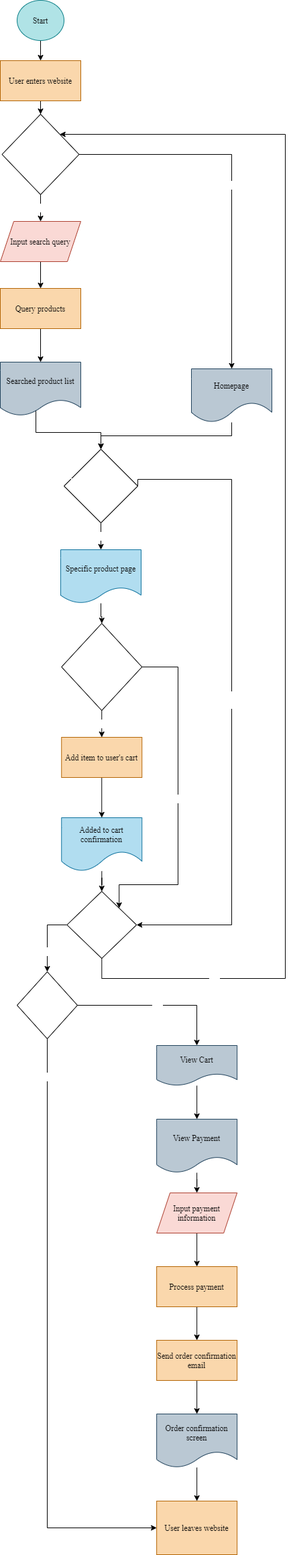
The draw.io diagram part2/part2.drawio.png in ycyao216/wi21-cse110-lab4, before a commit. Source tidied: cells renumbered, new cells last; positions are measured from the earlier drawing's top-left corner, leaving out a move shared by most shapes.
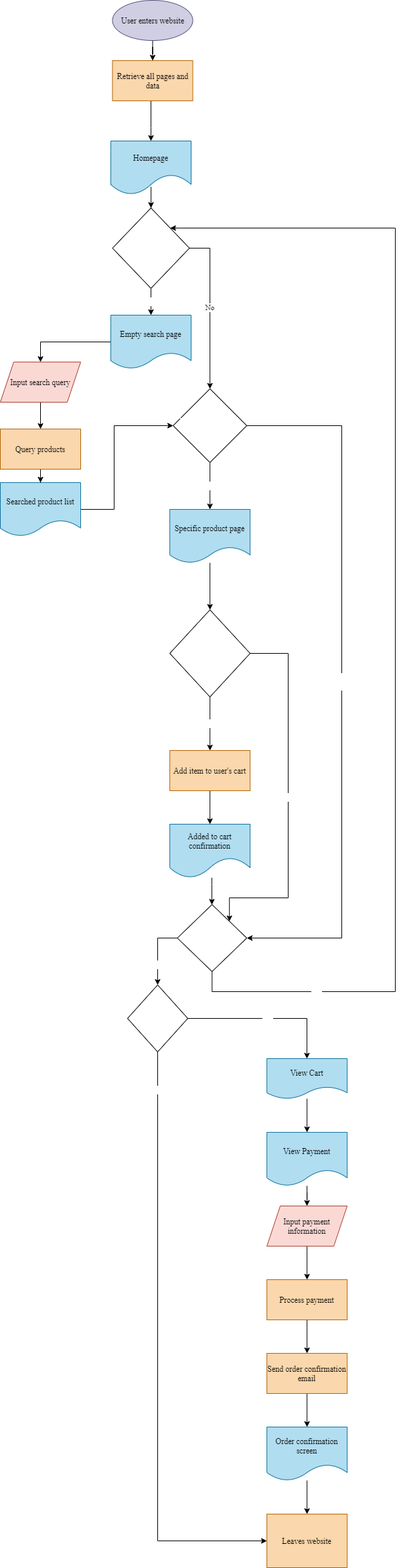
After the change.

Commit message:
improved lab answers and diagram

The edit, as a diff of the source:
```diff
@@ -2,83 +2,82 @@
   <root>
     <mxCell id="0" />
     <mxCell id="1" parent="0" />
-    <mxCell id="2" style="edgeStyle=orthogonalEdgeStyle;rounded=0;jettySize=auto;html=1;fontFamily=Times New Roman;fontColor=#FFFFFF;" parent="1" edge="1" source="3" target="5">
-      <mxGeometry relative="1" as="geometry" />
-    </mxCell>
-    <mxCell id="3" value="&lt;font color=&quot;#000000&quot;&gt;Start&lt;/font&gt;" style="ellipse;whiteSpace=wrap;html=1;fillColor=#b0e3e6;strokeColor=#0e8088;fontFamily=Times New Roman;" parent="1" vertex="1">
-      <mxGeometry x="25" width="70" height="60" as="geometry" />
-    </mxCell>
-    <mxCell id="4" style="edgeStyle=orthogonalEdgeStyle;rounded=0;jettySize=auto;html=1;fontFamily=Times New Roman;fontColor=#FFFFFF;" parent="1" edge="1" source="5" target="8">
-      <mxGeometry relative="1" as="geometry" />
-    </mxCell>
+    <mxCell id="48" style="edgeStyle=orthogonalEdgeStyle;rounded=0;jettySize=auto;html=1;fontFamily=Times New Roman;fontColor=#000000;" parent="1" edge="1" source="5" target="53">
+      <mxGeometry relative="1" as="geometry" />
+    </mxCell>
-    <mxCell id="5" value="&lt;font color=&quot;#000000&quot;&gt;User enters website&lt;/font&gt;" style="rounded=0;whiteSpace=wrap;html=1;fontFamily=Times New Roman;fillColor=#fad7ac;strokeColor=#b46504;" parent="1" vertex="1">
-      <mxGeometry y="90" width="120" height="60" as="geometry" />
+    <mxCell id="5" value="&lt;font color=&quot;#000000&quot;&gt;User enters website&lt;/font&gt;" style="ellipse;rounded=0;whiteSpace=wrap;html=1;fontFamily=Times New Roman;fillColor=#d0cee2;strokeColor=#56517e;" parent="1" vertex="1">
+      <mxGeometry x="-17.5" y="110" width="120" height="60" as="geometry" />
     </mxCell>
-    <mxCell id="6" value="Yes&lt;br&gt;" style="edgeStyle=orthogonalEdgeStyle;rounded=0;jettySize=auto;html=1;fontFamily=Times New Roman;fontColor=#FFFFFF;" parent="1" edge="1" source="8" target="10">
+    <mxCell id="6" value="Yes&lt;br&gt;" style="edgeStyle=orthogonalEdgeStyle;rounded=0;jettySize=auto;html=1;fontFamily=Times New Roman;fontColor=#FFFFFF;exitX=0.5;exitY=1;exitDx=0;exitDy=0;entryX=0.5;entryY=0;entryDx=0;entryDy=0;" parent="1" edge="1" source="8" target="51">
       <mxGeometry relative="1" as="geometry" />
     </mxCell>
-    <mxCell id="7" value="No&lt;br&gt;" style="edgeStyle=orthogonalEdgeStyle;rounded=0;jettySize=auto;html=1;exitX=1;exitY=0.5;exitDx=0;exitDy=0;fontFamily=Times New Roman;fontColor=#FFFFFF;" parent="1" edge="1" source="8" target="14">
+    <mxCell id="7" value="No&lt;br&gt;" style="edgeStyle=orthogonalEdgeStyle;rounded=0;jettySize=auto;html=1;exitX=1;exitY=0.5;exitDx=0;exitDy=0;entryX=0.5;entryY=0;entryDx=0;entryDy=0;fontFamily=Times New Roman;" parent="1" edge="1" source="8" target="16">
       <mxGeometry relative="1" as="geometry" />
     </mxCell>
     <mxCell id="8" value="User searches for a product" style="rhombus;html=1;fontFamily=Times New Roman;whiteSpace=wrap;fontColor=#FFFFFF;" parent="1" vertex="1">
-      <mxGeometry x="2.5" y="170" width="115" height="120" as="geometry" />
+      <mxGeometry x="-17.5" y="420" width="115" height="120" as="geometry" />
     </mxCell>
     <mxCell id="9" style="edgeStyle=orthogonalEdgeStyle;rounded=0;jettySize=auto;html=1;fontFamily=Times New Roman;fontColor=#000000;" parent="1" edge="1" source="10" target="47">
       <mxGeometry relative="1" as="geometry" />
     </mxCell>
     <mxCell id="10" value="&lt;font color=&quot;#000000&quot;&gt;Input search query&lt;/font&gt;" style="shape=parallelogram;perimeter=parallelogramPerimeter;whiteSpace=wrap;html=1;fixedSize=1;fontFamily=Times New Roman;fillColor=#fad9d5;strokeColor=#ae4132;" parent="1" vertex="1">
-      <mxGeometry y="330" width="120" height="60" as="geometry" />
+      <mxGeometry x="-185" y="650" width="120" height="60" as="geometry" />
     </mxCell>
-    <mxCell id="11" style="edgeStyle=orthogonalEdgeStyle;rounded=0;jettySize=auto;html=1;fontFamily=Times New Roman;fontColor=#FFFFFF;exitX=0.442;exitY=0.867;exitDx=0;exitDy=0;exitPerimeter=0;" parent="1" edge="1" source="12" target="16">
-      <mxGeometry relative="1" as="geometry" />
+    <mxCell id="11" style="edgeStyle=orthogonalEdgeStyle;rounded=0;jettySize=auto;html=1;fontFamily=Times New Roman;fontColor=#FFFFFF;exitX=1;exitY=0.5;exitDx=0;exitDy=0;entryX=0;entryY=0.5;entryDx=0;entryDy=0;" parent="1" edge="1" source="12" target="16">
+      <mxGeometry relative="1" as="geometry">
+        <Array as="points">
+          <mxPoint x="-15" y="870" />
+          <mxPoint x="-15" y="745" />
+        </Array>
+      </mxGeometry>
     </mxCell>
-    <mxCell id="12" value="&lt;font color=&quot;#000000&quot;&gt;Searched product list&lt;/font&gt;" style="shape=document;whiteSpace=wrap;html=1;boundedLbl=1;fontFamily=Times New Roman;fillColor=#bac8d3;strokeColor=#23445d;" parent="1" vertex="1">
-      <mxGeometry y="540" width="120" height="80" as="geometry" />
+    <mxCell id="12" value="&lt;font&gt;Searched product list&lt;/font&gt;" style="shape=document;whiteSpace=wrap;html=1;boundedLbl=1;fontFamily=Times New Roman;fillColor=#b1ddf0;strokeColor=#10739e;fontColor=#000000;" parent="1" vertex="1">
+      <mxGeometry x="-185" y="830" width="120" height="80" as="geometry" />
     </mxCell>
-    <mxCell id="13" style="edgeStyle=orthogonalEdgeStyle;rounded=0;jettySize=auto;html=1;fontFamily=Times New Roman;fontColor=#000000;entryX=0.5;entryY=0;entryDx=0;entryDy=0;" parent="1" edge="1" source="14" target="16">
-      <mxGeometry relative="1" as="geometry">
-        <Array as="points">
-          <mxPoint x="345" y="650" />
-          <mxPoint x="150" y="650" />
-        </Array>
-      </mxGeometry>
-    </mxCell>
+    <mxCell id="49" style="edgeStyle=orthogonalEdgeStyle;rounded=0;jettySize=auto;html=1;exitX=0.501;exitY=0.855;exitDx=0;exitDy=0;exitPerimeter=0;" parent="1" edge="1" source="14" target="8">
+      <mxGeometry relative="1" as="geometry" />
+    </mxCell>
-    <mxCell id="14" value="&lt;font color=&quot;#000000&quot;&gt;Homepage&lt;/font&gt;" style="shape=document;whiteSpace=wrap;html=1;boundedLbl=1;fontFamily=Times New Roman;fillColor=#bac8d3;strokeColor=#23445d;size=0.375;" parent="1" vertex="1">
-      <mxGeometry x="285" y="550" width="120" height="80" as="geometry" />
+    <mxCell id="14" value="&lt;font color=&quot;#000000&quot;&gt;Homepage&lt;/font&gt;" style="shape=document;whiteSpace=wrap;html=1;boundedLbl=1;fontFamily=Times New Roman;fillColor=#b1ddf0;strokeColor=#10739e;size=0.375;" parent="1" vertex="1">
+      <mxGeometry x="-20" y="320" width="120" height="80" as="geometry" />
     </mxCell>
     <mxCell id="15" value="Yes" style="edgeStyle=orthogonalEdgeStyle;rounded=0;jettySize=auto;html=1;fontFamily=Times New Roman;fontColor=#FFFFFF;entryX=0.5;entryY=0;entryDx=0;entryDy=0;" parent="1" edge="1" source="16" target="18">
       <mxGeometry relative="1" as="geometry" />
     </mxCell>
     <mxCell id="16" value="User view specific product" style="rhombus;whiteSpace=wrap;html=1;fontFamily=Times New Roman;fontColor=#FFFFFF;" parent="1" vertex="1">
-      <mxGeometry x="95" y="670" width="110" height="110" as="geometry" />
+      <mxGeometry x="73.1" y="690" width="110" height="110" as="geometry" />
     </mxCell>
     <mxCell id="17" style="edgeStyle=orthogonalEdgeStyle;rounded=0;jettySize=auto;html=1;fontFamily=Times New Roman;fontColor=#000000;" parent="1" edge="1" source="18" target="20">
       <mxGeometry relative="1" as="geometry" />
     </mxCell>
     <mxCell id="18" value="Specific product page" style="shape=document;whiteSpace=wrap;html=1;boundedLbl=1;fontFamily=Times New Roman;fillColor=#b1ddf0;strokeColor=#10739e;fontColor=#000000;" parent="1" vertex="1">
-      <mxGeometry x="90" y="820" width="120" height="80" as="geometry" />
+      <mxGeometry x="68.1" y="870" width="120" height="80" as="geometry" />
     </mxCell>
     <mxCell id="19" value="Yes" style="edgeStyle=orthogonalEdgeStyle;rounded=0;jettySize=auto;html=1;fontFamily=Times New Roman;fontColor=#FFFFFF;" parent="1" edge="1" source="20" target="22">
       <mxGeometry relative="1" as="geometry" />
     </mxCell>
     <mxCell id="20" value="&lt;font color=&quot;#ffffff&quot;&gt;Use adds product to chart&lt;/font&gt;" style="rhombus;whiteSpace=wrap;html=1;fontFamily=Times New Roman;fontColor=#000000;" parent="1" vertex="1">
-      <mxGeometry x="91.2" y="930" width="120" height="130" as="geometry" />
+      <mxGeometry x="68.1" y="1020" width="120" height="130" as="geometry" />
     </mxCell>
     <mxCell id="21" style="edgeStyle=orthogonalEdgeStyle;rounded=0;jettySize=auto;html=1;fontFamily=Times New Roman;fontColor=#000000;" parent="1" edge="1" source="22" target="28">
       <mxGeometry relative="1" as="geometry" />
     </mxCell>
     <mxCell id="22" value="Add item to user's cart" style="rounded=0;whiteSpace=wrap;html=1;fontFamily=Times New Roman;fillColor=#fad7ac;strokeColor=#b46504;fontColor=#000000;" parent="1" vertex="1">
-      <mxGeometry x="91.2" y="1100" width="120" height="60" as="geometry" />
+      <mxGeometry x="68.1" y="1230" width="120" height="60" as="geometry" />
     </mxCell>
     <mxCell id="23" style="edgeStyle=orthogonalEdgeStyle;rounded=0;jettySize=auto;html=1;fontFamily=Times New Roman;fontColor=#FFFFFF;" parent="1" edge="1" source="28" target="26">
-      <mxGeometry relative="1" as="geometry" />
+      <mxGeometry relative="1" as="geometry">
+        <Array as="points">
+          <mxPoint x="131" y="1430" />
+          <mxPoint x="131" y="1430" />
+        </Array>
+      </mxGeometry>
     </mxCell>
     <mxCell id="24" value="Yes" style="edgeStyle=orthogonalEdgeStyle;rounded=0;jettySize=auto;html=1;fontFamily=Times New Roman;fontColor=#FFFFFF;entryX=1;entryY=0;entryDx=0;entryDy=0;" parent="1" edge="1" source="26" target="8">
       <mxGeometry x="-0.79" relative="1" as="geometry">
         <Array as="points">
-          <mxPoint x="151" y="1460" />
-          <mxPoint x="425" y="1460" />
-          <mxPoint x="425" y="200" />
+          <mxPoint x="131" y="1590" />
+          <mxPoint x="405" y="1590" />
+          <mxPoint x="405" y="450" />
         </Array>
       </mxGeometry>
     </mxCell>
@@ -86,32 +85,32 @@
       <mxGeometry x="0.38" relative="1" as="geometry" />
     </mxCell>
     <mxCell id="26" value="&lt;font color=&quot;#ffffff&quot;&gt;User continue shopping&lt;/font&gt;" style="rhombus;whiteSpace=wrap;html=1;fontFamily=Times New Roman;fontColor=#000000;" parent="1" vertex="1">
-      <mxGeometry x="99.4" y="1330" width="103.8" height="100" as="geometry" />
+      <mxGeometry x="79.4" y="1460" width="103.8" height="100" as="geometry" />
     </mxCell>
     <mxCell id="27" value="No" style="edgeStyle=orthogonalEdgeStyle;rounded=0;jettySize=auto;html=1;exitX=1;exitY=0.5;exitDx=0;exitDy=0;fontFamily=Times New Roman;fontColor=#FFFFFF;entryX=1;entryY=0;entryDx=0;entryDy=0;" parent="1" edge="1" source="20" target="26">
       <mxGeometry relative="1" as="geometry">
         <Array as="points">
-          <mxPoint x="265" y="995" />
-          <mxPoint x="265" y="1320" />
-          <mxPoint x="177" y="1320" />
+          <mxPoint x="245" y="1085" />
+          <mxPoint x="245" y="1450" />
+          <mxPoint x="157" y="1450" />
         </Array>
       </mxGeometry>
     </mxCell>
     <mxCell id="28" value="Added to cart confirmation" style="shape=document;whiteSpace=wrap;html=1;boundedLbl=1;fontFamily=Times New Roman;fillColor=#b1ddf0;strokeColor=#10739e;fontColor=#000000;size=0.375;" parent="1" vertex="1">
-      <mxGeometry x="91.2" y="1220" width="120" height="80" as="geometry" />
+      <mxGeometry x="68.1" y="1340" width="120" height="80" as="geometry" />
     </mxCell>
     <mxCell id="29" value="&lt;font color=&quot;#ffffff&quot;&gt;No&lt;br&gt;&lt;br&gt;&lt;/font&gt;" style="edgeStyle=orthogonalEdgeStyle;rounded=0;jettySize=auto;html=1;exitX=1;exitY=0.5;exitDx=0;exitDy=0;fontFamily=Times New Roman;fontColor=#000000;entryX=1;entryY=0.5;entryDx=0;entryDy=0;" parent="1" edge="1" source="16" target="26">
       <mxGeometry relative="1" as="geometry">
         <Array as="points">
-          <mxPoint x="345" y="715" />
-          <mxPoint x="345" y="1380" />
+          <mxPoint x="325" y="745" />
+          <mxPoint x="325" y="1510" />
         </Array>
       </mxGeometry>
     </mxCell>
     <mxCell id="30" value="Yes" style="edgeStyle=orthogonalEdgeStyle;rounded=0;jettySize=auto;html=1;fontFamily=Times New Roman;fontColor=#FFFFFF;" parent="1" edge="1" source="32" target="34">
       <mxGeometry relative="1" as="geometry">
         <Array as="points">
-          <mxPoint x="293" y="1500" />
+          <mxPoint x="273" y="1630" />
         </Array>
       </mxGeometry>
     </mxCell>
@@ -121,52 +120,69 @@
       </mxGeometry>
     </mxCell>
     <mxCell id="32" value="User wants to check out" style="rhombus;whiteSpace=wrap;html=1;fontFamily=Times New Roman;fontColor=#FFFFFF;" parent="1" vertex="1">
-      <mxGeometry x="25" y="1450" width="90" height="100" as="geometry" />
+      <mxGeometry x="5" y="1580" width="90" height="100" as="geometry" />
     </mxCell>
     <mxCell id="33" style="edgeStyle=orthogonalEdgeStyle;rounded=0;jettySize=auto;html=1;fontFamily=Times New Roman;fontColor=#000000;" parent="1" edge="1" source="34" target="36">
       <mxGeometry relative="1" as="geometry" />
     </mxCell>
-    <mxCell id="34" value="View Cart" style="shape=document;whiteSpace=wrap;html=1;boundedLbl=1;fontFamily=Times New Roman;fillColor=#bac8d3;strokeColor=#23445d;fontColor=#000000;" parent="1" vertex="1">
-      <mxGeometry x="233.1" y="1560" width="120" height="60" as="geometry" />
+    <mxCell id="34" value="View Cart" style="shape=document;whiteSpace=wrap;html=1;boundedLbl=1;fontFamily=Times New Roman;fillColor=#b1ddf0;strokeColor=#10739e;fontColor=#000000;" parent="1" vertex="1">
+      <mxGeometry x="213.1" y="1690" width="120" height="60" as="geometry" />
     </mxCell>
     <mxCell id="35" style="edgeStyle=orthogonalEdgeStyle;rounded=0;jettySize=auto;html=1;fontFamily=Times New Roman;fontColor=#000000;" parent="1" edge="1" source="36" target="38">
       <mxGeometry relative="1" as="geometry" />
     </mxCell>
-    <mxCell id="36" value="View Payment" style="shape=document;whiteSpace=wrap;html=1;boundedLbl=1;fontFamily=Times New Roman;fillColor=#bac8d3;strokeColor=#23445d;fontColor=#000000;" parent="1" vertex="1">
-      <mxGeometry x="233.1" y="1670" width="120" height="80" as="geometry" />
+    <mxCell id="36" value="View Payment" style="shape=document;whiteSpace=wrap;html=1;boundedLbl=1;fontFamily=Times New Roman;fillColor=#b1ddf0;strokeColor=#10739e;fontColor=#000000;" parent="1" vertex="1">
+      <mxGeometry x="213.1" y="1800" width="120" height="80" as="geometry" />
     </mxCell>
     <mxCell id="37" style="edgeStyle=orthogonalEdgeStyle;rounded=0;jettySize=auto;html=1;fontFamily=Times New Roman;fontColor=#000000;" parent="1" edge="1" source="38" target="44">
       <mxGeometry relative="1" as="geometry" />
     </mxCell>
     <mxCell id="38" value="&lt;font color=&quot;#000000&quot;&gt;Input payment information&lt;/font&gt;" style="shape=parallelogram;perimeter=parallelogramPerimeter;whiteSpace=wrap;html=1;fixedSize=1;fontFamily=Times New Roman;fillColor=#fad9d5;strokeColor=#ae4132;" parent="1" vertex="1">
-      <mxGeometry x="233.1" y="1780" width="120" height="60" as="geometry" />
+      <mxGeometry x="213.1" y="1910" width="120" height="60" as="geometry" />
     </mxCell>
     <mxCell id="39" style="edgeStyle=orthogonalEdgeStyle;rounded=0;jettySize=auto;html=1;fontFamily=Times New Roman;fontColor=#000000;" parent="1" edge="1" source="40" target="42">
       <mxGeometry relative="1" as="geometry" />
     </mxCell>
     <mxCell id="40" value="&lt;font color=&quot;#000000&quot;&gt;Send order confirmation email&lt;/font&gt;" style="rounded=0;whiteSpace=wrap;html=1;strokeColor=#b46504;fontFamily=Times New Roman;fillColor=#fad7ac;" parent="1" vertex="1">
-      <mxGeometry x="233.1" y="2000" width="120" height="60" as="geometry" />
+      <mxGeometry x="213.1" y="2130" width="120" height="60" as="geometry" />
     </mxCell>
     <mxCell id="41" style="edgeStyle=orthogonalEdgeStyle;rounded=0;jettySize=auto;html=1;fontFamily=Times New Roman;fontColor=#000000;" parent="1" edge="1" source="42" target="45">
       <mxGeometry relative="1" as="geometry" />
     </mxCell>
-    <mxCell id="42" value="Order confirmation screen" style="shape=document;whiteSpace=wrap;html=1;boundedLbl=1;strokeColor=#23445d;fontFamily=Times New Roman;fillColor=#bac8d3;fontColor=#000000;" parent="1" vertex="1">
-      <mxGeometry x="233.1" y="2110" width="120" height="80" as="geometry" />
+    <mxCell id="42" value="Order confirmation screen" style="shape=document;whiteSpace=wrap;html=1;boundedLbl=1;strokeColor=#10739e;fontFamily=Times New Roman;fillColor=#b1ddf0;fontColor=#000000;" parent="1" vertex="1">
+      <mxGeometry x="213.1" y="2240" width="120" height="80" as="geometry" />
     </mxCell>
     <mxCell id="43" style="edgeStyle=orthogonalEdgeStyle;rounded=0;jettySize=auto;html=1;fontFamily=Times New Roman;fontColor=#000000;" parent="1" edge="1" source="44" target="40">
       <mxGeometry relative="1" as="geometry" />
     </mxCell>
     <mxCell id="44" value="Process payment" style="rounded=0;whiteSpace=wrap;html=1;strokeColor=#b46504;fontFamily=Times New Roman;fillColor=#fad7ac;fontColor=#000000;" parent="1" vertex="1">
-      <mxGeometry x="233.1" y="1890" width="120" height="60" as="geometry" />
+      <mxGeometry x="213.1" y="2020" width="120" height="60" as="geometry" />
     </mxCell>
-    <mxCell id="45" value="&lt;font color=&quot;#000000&quot;&gt;User leaves website&lt;/font&gt;" style="rectangle;whiteSpace=wrap;html=1;strokeColor=#b46504;fontFamily=Times New Roman;fillColor=#fad7ac;" parent="1" vertex="1">
-      <mxGeometry x="233.1" y="2240" width="120" height="80" as="geometry" />
+    <mxCell id="45" value="&lt;font color=&quot;#000000&quot;&gt;Leaves website&lt;/font&gt;" style="rectangle;whiteSpace=wrap;html=1;strokeColor=#b46504;fontFamily=Times New Roman;fillColor=#fad7ac;" parent="1" vertex="1">
+      <mxGeometry x="213.1" y="2370" width="120" height="80" as="geometry" />
     </mxCell>
     <mxCell id="46" style="edgeStyle=orthogonalEdgeStyle;rounded=0;jettySize=auto;html=1;fontFamily=Times New Roman;fontColor=#000000;" parent="1" edge="1" source="47" target="12">
       <mxGeometry relative="1" as="geometry" />
     </mxCell>
     <mxCell id="47" value="Query products" style="rounded=0;whiteSpace=wrap;html=1;strokeColor=#b46504;fontFamily=Times New Roman;fillColor=#fad7ac;fontColor=#000000;" parent="1" vertex="1">
-      <mxGeometry y="430" width="120" height="60" as="geometry" />
+      <mxGeometry x="-185" y="750" width="120" height="60" as="geometry" />
     </mxCell>
+    <mxCell id="50" style="edgeStyle=orthogonalEdgeStyle;rounded=0;jettySize=auto;html=1;exitX=0;exitY=0.5;exitDx=0;exitDy=0;entryX=0.5;entryY=0;entryDx=0;entryDy=0;fontFamily=Times New Roman;fontColor=#000000;" parent="1" edge="1" source="51" target="10">
+      <mxGeometry relative="1" as="geometry" />
+    </mxCell>
+    <mxCell id="51" value="Empty search page" style="shape=document;whiteSpace=wrap;html=1;boundedLbl=1;fontFamily=Times New Roman;fillColor=#b1ddf0;strokeColor=#10739e;fontColor=#000000;" parent="1" vertex="1">
+      <mxGeometry x="-20" y="580" width="120" height="80" as="geometry" />
+    </mxCell>
+    <mxCell id="52" style="edgeStyle=orthogonalEdgeStyle;rounded=0;jettySize=auto;html=1;fontFamily=Times New Roman;fontColor=#000000;" parent="1" edge="1" source="53" target="14">
+      <mxGeometry relative="1" as="geometry">
+        <Array as="points">
+          <mxPoint x="40" y="300" />
+          <mxPoint x="40" y="300" />
+        </Array>
+      </mxGeometry>
+    </mxCell>
+    <mxCell id="53" value="Retrieve all pages and data" style="rounded=0;whiteSpace=wrap;html=1;fontFamily=Times New Roman;fillColor=#fad7ac;strokeColor=#b46504;fontColor=#000000;" parent="1" vertex="1">
+      <mxGeometry x="-17.5" y="200" width="120" height="60" as="geometry" />
+    </mxCell>
   </root>
 </mxGraphModel>
```
